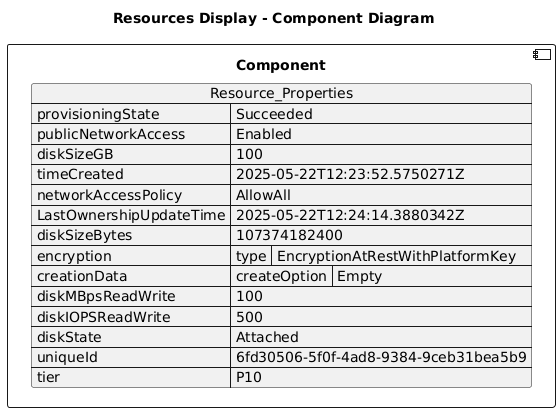
The PlantUML diagram diagrams/d_awh_appwm1_datadisk1.png in DanielAmpong/Test-Azure-architecture-diagram, before a commit.
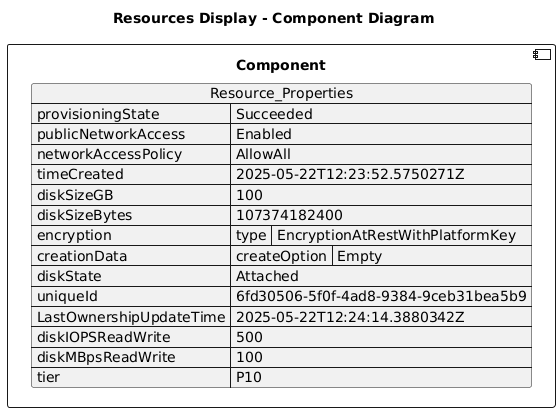
The same diagram one commit later.

Change to the diagram source:
```diff
@@ -7,10 +7,9 @@
 json  Resource_Properties {
   "provisioningState": "Succeeded",
   "publicNetworkAccess": "Enabled",
+  "networkAccessPolicy": "AllowAll",
+  "timeCreated": "2025-05-22T12:23:52.5750271Z",
   "diskSizeGB": 100,
-  "timeCreated": "2025-05-22T12:23:52.5750271Z",
-  "networkAccessPolicy": "AllowAll",
-  "LastOwnershipUpdateTime": "2025-05-22T12:24:14.3880342Z",
   "diskSizeBytes": 107374182400,
   "encryption": {
     "type": "EncryptionAtRestWithPlatformKey"
@@ -18,10 +17,11 @@
   "creationData": {
     "createOption": "Empty"
   },
-  "diskMBpsReadWrite": 100,
-  "diskIOPSReadWrite": 500,
   "diskState": "Attached",
   "uniqueId": "6fd30506-5f0f-4ad8-9384-9ceb31bea5b9",
+  "LastOwnershipUpdateTime": "2025-05-22T12:24:14.3880342Z",
+  "diskIOPSReadWrite": 500,
+  "diskMBpsReadWrite": 100,
   "tier": "P10"
 }
 }
```
